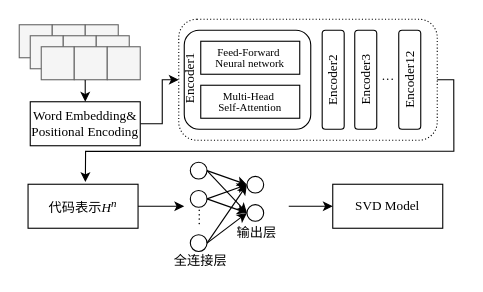
Earlier version of the draw.io diagram 分类器学习.drawio (Adam-01/diagrams). Source tidied: cells renumbered, new cells numbered last; positions are measured from the earlier drawing's top-left corner, leaving out a move shared by most shapes. Both pictures are drawn from the tidied source at 110%, with x=0, y=0 at pixel (19, 19).
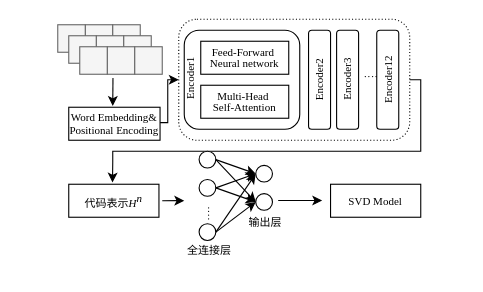
Above is the later version.

Commit message:
更新分类器学习.drawio

Diff of the diagram source:
```diff
@@
-    <mxCell id="2" style="edgeStyle=orthogonalEdgeStyle;rounded=0;jettySize=auto;html=1;entryX=0;entryY=0.5;entryDx=0;entryDy=0;fontFamily=Times New Roman;" parent="1" edge="1" source="3" target="13">
-      <mxGeometry relative="1" as="geometry" />
+    <mxCell id="2" style="edgeStyle=orthogonalEdgeStyle;rounded=0;jettySize=auto;html=1;entryX=0;entryY=0.5;entryDx=0;entryDy=0;fontFamily=Times New Roman;fontSize=10;" parent="1" edge="1" source="3" target="13">
+      <mxGeometry relative="1" as="geometry">
+        <Array as="points">
+          <mxPoint x="135" y="94" />
+          <mxPoint x="135" y="55" />
+        </Array>
+      </mxGeometry>
     </mxCell>
-    <mxCell id="3" value="&lt;font style=&quot;font-size: 12px;&quot;&gt;Word Embedding&amp;amp;&lt;/font&gt;&lt;div&gt;&lt;font style=&quot;font-size: 12px;&quot;&gt;&lt;font&gt;Positional Encoding&lt;/font&gt;&lt;br&gt;&lt;/font&gt;&lt;/div&gt;" style="rounded=0;whiteSpace=wrap;html=1;fontFamily=Times New Roman;" parent="1" vertex="1">
-      <mxGeometry x="10" y="75" width="100" height="40" as="geometry" />
+    <mxCell id="3" value="&lt;font style=&quot;font-size: 10px;&quot;&gt;Word Embedding&amp;amp;&lt;/font&gt;&lt;div style=&quot;font-size: 10px;&quot;&gt;&lt;font style=&quot;font-size: 10px;&quot;&gt;&lt;font style=&quot;font-size: 10px;&quot;&gt;Positional Encoding&lt;/font&gt;&lt;br style=&quot;font-size: 10px;&quot;&gt;&lt;/font&gt;&lt;/div&gt;" style="rounded=0;whiteSpace=wrap;html=1;fontFamily=Times New Roman;fontSize=10;" parent="1" vertex="1">
+      <mxGeometry x="45" y="80" width="83" height="30" as="geometry" />
     </mxCell>
-    <mxCell id="4" style="whiteSpace=wrap;html=1;rounded=0;fillColor=#f5f5f5;fontColor=#333333;strokeColor=#666666;fontFamily=Times New Roman;" parent="1" vertex="1">
-      <mxGeometry y="5" width="30" height="30" as="geometry" />
-    </mxCell>
-    <mxCell id="5" style="whiteSpace=wrap;html=1;rounded=0;fillColor=#f5f5f5;fontColor=#333333;strokeColor=#666666;fontFamily=Times New Roman;" parent="1" vertex="1">
-      <mxGeometry x="30" y="5" width="30" height="30" as="geometry" />
-    </mxCell>
-    <mxCell id="6" style="whiteSpace=wrap;html=1;rounded=0;fillColor=#f5f5f5;fontColor=#333333;strokeColor=#666666;fontFamily=Times New Roman;" parent="1" vertex="1">
-      <mxGeometry x="60" y="5" width="30" height="30" as="geometry" />
-    </mxCell>
-    <mxCell id="7" style="whiteSpace=wrap;html=1;rounded=0;fillColor=#f5f5f5;fontColor=#333333;strokeColor=#666666;fontFamily=Times New Roman;" parent="1" vertex="1">
-      <mxGeometry x="10" y="15" width="30" height="30" as="geometry" />
-    </mxCell>
-    <mxCell id="8" style="whiteSpace=wrap;html=1;rounded=0;fillColor=#f5f5f5;fontColor=#333333;strokeColor=#666666;fontFamily=Times New Roman;" parent="1" vertex="1">
-      <mxGeometry x="40" y="15" width="30" height="30" as="geometry" />
-    </mxCell>
-    <mxCell id="9" style="whiteSpace=wrap;html=1;rounded=0;fillColor=#f5f5f5;fontColor=#333333;strokeColor=#666666;fontFamily=Times New Roman;" parent="1" vertex="1">
-      <mxGeometry x="70" y="15" width="30" height="30" as="geometry" />
-    </mxCell>
-    <mxCell id="10" style="whiteSpace=wrap;html=1;rounded=0;fillColor=#f5f5f5;fontColor=#333333;strokeColor=#666666;fontFamily=Times New Roman;" parent="1" vertex="1">
-      <mxGeometry x="20" y="25" width="30" height="30" as="geometry" />
-    </mxCell>
-    <mxCell id="11" style="whiteSpace=wrap;html=1;rounded=0;fillColor=#f5f5f5;fontColor=#333333;strokeColor=#666666;fontFamily=Times New Roman;" parent="1" vertex="1">
-      <mxGeometry x="50" y="25" width="30" height="30" as="geometry" />
-    </mxCell>
-    <mxCell id="12" style="whiteSpace=wrap;html=1;rounded=0;fillColor=#f5f5f5;fontColor=#333333;strokeColor=#666666;fontFamily=Times New Roman;" parent="1" vertex="1">
-      <mxGeometry x="80" y="25" width="30" height="30" as="geometry" />
-    </mxCell>
-    <mxCell id="13" style="rounded=1;whiteSpace=wrap;html=1;fillColor=none;dashed=1;dashPattern=1 2;fontFamily=Times New Roman;" parent="1" vertex="1">
-      <mxGeometry x="145" width="235" height="110" as="geometry" />
+    <mxCell id="13" style="rounded=1;whiteSpace=wrap;html=1;fillColor=none;dashed=1;dashPattern=1 2;fontFamily=Times New Roman;fontSize=10;" parent="1" vertex="1">
+      <mxGeometry x="145" width="210" height="110" as="geometry" />
     </mxCell>
-    <mxCell id="14" value="&lt;div style=&quot;&quot;&gt;&lt;br&gt;&lt;/div&gt;" style="rounded=1;whiteSpace=wrap;html=1;fillColor=none;align=left;horizontal=0;labelPosition=center;verticalLabelPosition=middle;verticalAlign=middle;textDirection=ltr;fontFamily=Times New Roman;" parent="1" vertex="1">
-      <mxGeometry x="150" y="10" width="115" height="90" as="geometry" />
+    <mxCell id="14" value="&lt;div style=&quot;font-size: 10px;&quot;&gt;&lt;br style=&quot;font-size: 10px;&quot;&gt;&lt;/div&gt;" style="rounded=1;whiteSpace=wrap;html=1;fillColor=none;align=left;horizontal=0;labelPosition=center;verticalLabelPosition=middle;verticalAlign=middle;textDirection=ltr;fontFamily=Times New Roman;fontSize=10;" parent="1" vertex="1">
+      <mxGeometry x="150" y="10" width="105" height="90" as="geometry" />
     </mxCell>
-    <mxCell id="15" value="&lt;div style=&quot;line-height: 100%; font-size: 10px;&quot;&gt;&lt;font style=&quot;font-size: 10px;&quot;&gt;Feed-Forward&amp;nbsp;&lt;/font&gt;&lt;/div&gt;&lt;div style=&quot;line-height: 100%; font-size: 10px;&quot;&gt;&lt;span style=&quot;background-color: initial;&quot;&gt;Neural network&lt;/span&gt;&lt;/div&gt;" style="rounded=0;whiteSpace=wrap;html=1;fontFamily=Times New Roman;" parent="1" vertex="1">
-      <mxGeometry x="165" y="20" width="90" height="30" as="geometry" />
+    <mxCell id="15" value="&lt;div style=&quot;line-height: 100%; font-size: 10px;&quot;&gt;&lt;font style=&quot;font-size: 10px;&quot;&gt;Feed-Forward&amp;nbsp;&lt;/font&gt;&lt;/div&gt;&lt;div style=&quot;line-height: 100%; font-size: 10px;&quot;&gt;&lt;span style=&quot;background-color: initial; font-size: 10px;&quot;&gt;Neural network&lt;/span&gt;&lt;/div&gt;" style="rounded=0;whiteSpace=wrap;html=1;fontFamily=Times New Roman;fontSize=10;" parent="1" vertex="1">
+      <mxGeometry x="165" y="20" width="80" height="30" as="geometry" />
     </mxCell>
-    <mxCell id="16" value="&lt;div style=&quot;line-height: 100%; font-size: 10px;&quot;&gt;&lt;font style=&quot;font-size: 10px;&quot;&gt;&lt;font style=&quot;font-size: 10px;&quot;&gt;Multi-Head&amp;nbsp;&lt;/font&gt;&lt;/font&gt;&lt;/div&gt;&lt;div style=&quot;line-height: 100%; font-size: 10px;&quot;&gt;&lt;font style=&quot;font-size: 10px;&quot;&gt;&lt;span style=&quot;background-color: initial;&quot;&gt;Self-Attention&lt;/span&gt;&lt;/font&gt;&lt;/div&gt;" style="rounded=0;whiteSpace=wrap;html=1;fontFamily=Times New Roman;" parent="1" vertex="1">
-      <mxGeometry x="165" y="60" width="90" height="30" as="geometry" />
+    <mxCell id="16" value="&lt;div style=&quot;line-height: 100%; font-size: 10px;&quot;&gt;&lt;font style=&quot;font-size: 10px;&quot;&gt;&lt;font style=&quot;font-size: 10px;&quot;&gt;Multi-Head&amp;nbsp;&lt;/font&gt;&lt;/font&gt;&lt;/div&gt;&lt;div style=&quot;line-height: 100%; font-size: 10px;&quot;&gt;&lt;font style=&quot;font-size: 10px;&quot;&gt;&lt;span style=&quot;background-color: initial; font-size: 10px;&quot;&gt;Self-Attention&lt;/span&gt;&lt;/font&gt;&lt;/div&gt;" style="rounded=0;whiteSpace=wrap;html=1;fontFamily=Times New Roman;fontSize=10;" parent="1" vertex="1">
+      <mxGeometry x="165" y="60" width="80" height="30" as="geometry" />
     </mxCell>
-    <mxCell id="17" value="&lt;div style=&quot;&quot;&gt;&lt;span style=&quot;background-color: initial;&quot;&gt;Encoder2&lt;/span&gt;&lt;/div&gt;" style="rounded=1;whiteSpace=wrap;html=1;fillColor=none;horizontal=0;align=center;fontFamily=Times New Roman;" parent="1" vertex="1">
-      <mxGeometry x="275.4" y="10" width="20" height="90" as="geometry" />
+    <mxCell id="17" value="&lt;div style=&quot;font-size: 10px;&quot;&gt;&lt;span style=&quot;background-color: initial; font-size: 10px;&quot;&gt;Encoder2&lt;/span&gt;&lt;/div&gt;" style="rounded=1;whiteSpace=wrap;html=1;fillColor=none;horizontal=0;align=center;fontFamily=Times New Roman;fontSize=10;" parent="1" vertex="1">
+      <mxGeometry x="263" y="10" width="20" height="90" as="geometry" />
     </mxCell>
-    <mxCell id="18" value="&lt;span style=&quot;&quot;&gt;Encoder3&lt;/span&gt;" style="rounded=1;whiteSpace=wrap;html=1;fillColor=none;horizontal=0;fontFamily=Times New Roman;" parent="1" vertex="1">
-      <mxGeometry x="305" y="10" width="20" height="90" as="geometry" />
+    <mxCell id="18" value="&lt;span style=&quot;font-size: 10px;&quot;&gt;Encoder3&lt;/span&gt;" style="rounded=1;whiteSpace=wrap;html=1;fillColor=none;horizontal=0;fontFamily=Times New Roman;fontSize=10;" parent="1" vertex="1">
+      <mxGeometry x="288.5" y="10" width="20" height="90" as="geometry" />
     </mxCell>
-    <mxCell id="19" value="&lt;span style=&quot;&quot;&gt;Encoder12&lt;/span&gt;" style="rounded=1;whiteSpace=wrap;html=1;fillColor=none;horizontal=0;fontFamily=Times New Roman;" parent="1" vertex="1">
-      <mxGeometry x="345" y="10" width="20" height="90" as="geometry" />
+    <mxCell id="19" value="&lt;span style=&quot;font-size: 10px;&quot;&gt;Encoder12&lt;/span&gt;" style="rounded=1;whiteSpace=wrap;html=1;fillColor=none;horizontal=0;fontFamily=Times New Roman;fontSize=10;" parent="1" vertex="1">
+      <mxGeometry x="325" y="10" width="20" height="90" as="geometry" />
     </mxCell>
-    <mxCell id="20" value="&lt;span style=&quot;text-align: left;&quot;&gt;Encoder1&lt;/span&gt;" style="text;html=1;align=center;verticalAlign=middle;whiteSpace=wrap;rounded=0;horizontal=0;fontFamily=Times New Roman;" parent="1" vertex="1">
+    <mxCell id="20" value="&lt;span style=&quot;text-align: left; font-size: 10px;&quot;&gt;Encoder1&lt;/span&gt;" style="text;html=1;align=center;verticalAlign=middle;whiteSpace=wrap;rounded=0;horizontal=0;fontFamily=Times New Roman;fontSize=10;" parent="1" vertex="1">
       <mxGeometry x="145" y="28.8" width="20" height="50" as="geometry" />
     </mxCell>
-    <mxCell id="21" value="···" style="text;html=1;align=center;verticalAlign=middle;whiteSpace=wrap;rounded=0;fontFamily=Times New Roman;" parent="1" vertex="1">
-      <mxGeometry x="322.5" y="43.8" width="25" height="20" as="geometry" />
+    <mxCell id="21" value="····" style="text;html=1;align=center;verticalAlign=middle;whiteSpace=wrap;rounded=0;fontFamily=Times New Roman;fontSize=10;" parent="1" vertex="1">
+      <mxGeometry x="315" y="40" width="10" height="23.8" as="geometry" />
     </mxCell>
-    <mxCell id="22" value="&lt;div&gt;&lt;font style=&quot;font-size: 12px;&quot;&gt;&lt;font face=&quot;宋体&quot;&gt;代码表示&lt;/font&gt;&lt;i style=&quot;&quot;&gt;H&lt;/i&gt;&lt;sup style=&quot;font-style: italic;&quot;&gt;n&lt;/sup&gt;&lt;br&gt;&lt;/font&gt;&lt;/div&gt;" style="rounded=0;whiteSpace=wrap;html=1;fontFamily=Times New Roman;" parent="1" vertex="1">
-      <mxGeometry x="8" y="150" width="100" height="40" as="geometry" />
+    <mxCell id="22" value="&lt;div style=&quot;font-size: 10px;&quot;&gt;&lt;font style=&quot;font-size: 10px;&quot;&gt;&lt;font face=&quot;宋体&quot; style=&quot;font-size: 10px;&quot;&gt;代码表示&lt;/font&gt;&lt;i style=&quot;font-size: 10px;&quot;&gt;H&lt;/i&gt;&lt;sup style=&quot;font-style: italic; font-size: 10px;&quot;&gt;n&lt;/sup&gt;&lt;br style=&quot;font-size: 10px;&quot;&gt;&lt;/font&gt;&lt;/div&gt;" style="rounded=0;whiteSpace=wrap;html=1;fontFamily=Times New Roman;fontSize=10;" parent="1" vertex="1">
+      <mxGeometry x="45" y="150" width="82" height="30" as="geometry" />
     </mxCell>
-    <mxCell id="23" style="endArrow=classic;html=1;rounded=0;fontFamily=Times New Roman;entryX=0.521;entryY=-0.049;entryDx=0;entryDy=0;entryPerimeter=0;exitX=1;exitY=0.5;exitDx=0;exitDy=0;" parent="1" edge="1" source="13" target="22">
+    <mxCell id="23" style="endArrow=classic;html=1;rounded=0;fontFamily=Times New Roman;entryX=0.485;entryY=-0.052;entryDx=0;entryDy=0;exitX=1;exitY=0.5;exitDx=0;exitDy=0;fontSize=10;entryPerimeter=0;" parent="1" edge="1" source="13" target="22">
       <mxGeometry relative="1" as="geometry">
         <Array as="points">
-          <mxPoint x="395" y="55" />
-          <mxPoint x="395.1" y="120" />
-          <mxPoint x="60.3" y="120.1" />
+          <mxPoint x="365" y="55" />
+          <mxPoint x="365" y="90" />
+          <mxPoint x="365" y="120" />
+          <mxPoint x="85" y="120" />
+          <mxPoint x="85" y="130" />
         </Array>
       </mxGeometry>
     </mxCell>
-    <mxCell id="24" style="edgeStyle=orthogonalEdgeStyle;rounded=0;jettySize=auto;html=1;fontFamily=Times New Roman;exitX=1;exitY=0.5;exitDx=0;exitDy=0;" parent="1" edge="1" source="22">
-      <mxGeometry relative="1" as="geometry">
-        <mxPoint x="150" y="170" as="targetPoint" />
-      </mxGeometry>
-    </mxCell>
-    <mxCell id="25" style="group;" parent="1" vertex="1">
-      <mxGeometry x="151" y="130" width="104" height="100" as="geometry" />
+    <mxCell id="25" style="group;fontFamily=Times New Roman;fontSize=10;" parent="1" vertex="1">
+      <mxGeometry x="159" y="120" width="104" height="100" as="geometry" />
     </mxCell>
-    <mxCell id="26" style="ellipse;whiteSpace=wrap;html=1;" parent="25" vertex="1">
+    <mxCell id="26" style="ellipse;whiteSpace=wrap;html=1;fontFamily=Times New Roman;fontSize=10;" parent="25" vertex="1">
       <mxGeometry x="4.5" width="15.2" height="15.2" as="geometry" />
     </mxCell>
-    <mxCell id="27" style="ellipse;whiteSpace=wrap;html=1;" parent="25" vertex="1">
+    <mxCell id="27" style="ellipse;whiteSpace=wrap;html=1;fontFamily=Times New Roman;fontSize=10;" parent="25" vertex="1">
       <mxGeometry x="4.5" y="25.7" width="15.2" height="15.2" as="geometry" />
     </mxCell>
-    <mxCell id="28" style="ellipse;whiteSpace=wrap;html=1;" parent="25" vertex="1">
+    <mxCell id="28" style="ellipse;whiteSpace=wrap;html=1;fontFamily=Times New Roman;fontSize=10;" parent="25" vertex="1">
       <mxGeometry x="4.5" y="65.9" width="15.2" height="15.2" as="geometry" />
     </mxCell>
-    <mxCell id="29" style="ellipse;whiteSpace=wrap;html=1;" parent="25" vertex="1">
+    <mxCell id="29" style="ellipse;whiteSpace=wrap;html=1;fontFamily=Times New Roman;fontSize=10;" parent="25" vertex="1">
       <mxGeometry x="56" y="12.8" width="15.2" height="15.2" as="geometry" />
     </mxCell>
-    <mxCell id="30" style="ellipse;whiteSpace=wrap;html=1;" parent="25" vertex="1">
+    <mxCell id="30" style="ellipse;whiteSpace=wrap;html=1;fontFamily=Times New Roman;fontSize=10;" parent="25" vertex="1">
       <mxGeometry x="56" y="38.5" width="15.2" height="15.2" as="geometry" />
     </mxCell>
-    <mxCell id="31" style="endArrow=classic;html=1;rounded=0;exitX=1;exitY=0.5;exitDx=0;exitDy=0;entryX=0;entryY=0.5;entryDx=0;entryDy=0;" parent="25" edge="1" source="26" target="29">
+    <mxCell id="31" style="endArrow=classic;html=1;rounded=0;exitX=1;exitY=0.5;exitDx=0;exitDy=0;entryX=0;entryY=0.5;entryDx=0;entryDy=0;fontFamily=Times New Roman;fontSize=10;" parent="25" edge="1" source="26" target="29">
       <mxGeometry relative="1" as="geometry" />
     </mxCell>
-    <mxCell id="32" style="endArrow=classic;html=1;rounded=0;entryX=0;entryY=0.5;entryDx=0;entryDy=0;exitX=1;exitY=0.5;exitDx=0;exitDy=0;" parent="25" edge="1" source="26" target="30">
+    <mxCell id="32" style="endArrow=classic;html=1;rounded=0;entryX=0;entryY=0.5;entryDx=0;entryDy=0;exitX=1;exitY=0.5;exitDx=0;exitDy=0;fontFamily=Times New Roman;fontSize=10;" parent="25" edge="1" source="26" target="30">
       <mxGeometry relative="1" as="geometry" />
     </mxCell>
-    <mxCell id="33" style="endArrow=classic;html=1;rounded=0;exitX=1;exitY=0.5;exitDx=0;exitDy=0;entryX=0;entryY=0.5;entryDx=0;entryDy=0;" parent="25" edge="1" source="27" target="29">
+    <mxCell id="33" style="endArrow=classic;html=1;rounded=0;exitX=1;exitY=0.5;exitDx=0;exitDy=0;entryX=0;entryY=0.5;entryDx=0;entryDy=0;fontFamily=Times New Roman;fontSize=10;" parent="25" edge="1" source="27" target="29">
       <mxGeometry relative="1" as="geometry" />
     </mxCell>
-    <mxCell id="34" style="endArrow=classic;html=1;rounded=0;entryX=0;entryY=0.5;entryDx=0;entryDy=0;exitX=1;exitY=0.5;exitDx=0;exitDy=0;" parent="25" edge="1" source="27" target="30">
+    <mxCell id="34" style="endArrow=classic;html=1;rounded=0;entryX=0;entryY=0.5;entryDx=0;entryDy=0;exitX=1;exitY=0.5;exitDx=0;exitDy=0;fontFamily=Times New Roman;fontSize=10;" parent="25" edge="1" source="27" target="30">
       <mxGeometry relative="1" as="geometry" />
     </mxCell>
-    <mxCell id="35" style="endArrow=classic;html=1;rounded=0;exitX=1;exitY=0.5;exitDx=0;exitDy=0;entryX=-0.009;entryY=0.523;entryDx=0;entryDy=0;entryPerimeter=0;" parent="25" edge="1" source="28" target="29">
+    <mxCell id="35" style="endArrow=classic;html=1;rounded=0;exitX=1;exitY=0.5;exitDx=0;exitDy=0;entryX=-0.009;entryY=0.523;entryDx=0;entryDy=0;entryPerimeter=0;fontFamily=Times New Roman;fontSize=10;" parent="25" edge="1" source="28" target="29">
       <mxGeometry relative="1" as="geometry" />
     </mxCell>
-    <mxCell id="36" style="endArrow=classic;html=1;rounded=0;exitX=1;exitY=0.5;exitDx=0;exitDy=0;entryX=0;entryY=0.5;entryDx=0;entryDy=0;" parent="25" edge="1" source="28" target="30">
+    <mxCell id="36" style="endArrow=classic;html=1;rounded=0;exitX=1;exitY=0.5;exitDx=0;exitDy=0;entryX=0;entryY=0.5;entryDx=0;entryDy=0;fontFamily=Times New Roman;fontSize=10;" parent="25" edge="1" source="28" target="30">
       <mxGeometry relative="1" as="geometry" />
     </mxCell>
-    <mxCell id="37" value="&lt;font face=&quot;Times New Roman&quot;&gt;····&lt;/font&gt;" style="text;html=1;align=center;verticalAlign=middle;whiteSpace=wrap;rounded=0;horizontal=0;" parent="25" vertex="1">
-      <mxGeometry x="-1.9" y="40.9" width="28.1" height="18.3" as="geometry" />
+    <mxCell id="37" value="&lt;font style=&quot;font-size: 10px;&quot;&gt;····&lt;/font&gt;" style="text;html=1;align=center;verticalAlign=middle;whiteSpace=wrap;rounded=0;horizontal=0;fontFamily=Times New Roman;fontSize=10;" parent="25" vertex="1">
+      <mxGeometry x="-1.9" y="47.6" width="28.1" height="18.3" as="geometry" />
     </mxCell>
-    <mxCell id="38" value="&lt;font face=&quot;宋体&quot;&gt;全连接层&lt;/font&gt;" style="text;html=1;align=center;verticalAlign=middle;whiteSpace=wrap;rounded=0;" parent="25" vertex="1">
+    <mxCell id="38" value="&lt;font face=&quot;宋体&quot; style=&quot;font-size: 10px;&quot;&gt;全连接层&lt;/font&gt;" style="text;html=1;align=center;verticalAlign=middle;whiteSpace=wrap;rounded=0;fontFamily=Times New Roman;fontSize=10;" parent="25" vertex="1">
       <mxGeometry x="-11" y="80" width="50.2" height="20" as="geometry" />
     </mxCell>
-    <mxCell id="39" value="&lt;font face=&quot;宋体&quot;&gt;输出层&lt;/font&gt;" style="text;html=1;align=center;verticalAlign=middle;whiteSpace=wrap;rounded=0;" parent="25" vertex="1">
+    <mxCell id="39" value="&lt;font face=&quot;宋体&quot; style=&quot;font-size: 10px;&quot;&gt;输出层&lt;/font&gt;" style="text;html=1;align=center;verticalAlign=middle;whiteSpace=wrap;rounded=0;fontFamily=Times New Roman;fontSize=10;" parent="25" vertex="1">
       <mxGeometry x="40.4" y="53.7" width="50.2" height="20" as="geometry" />
     </mxCell>
-    <mxCell id="40" value="&lt;div&gt;&lt;font face=&quot;Times New Roman&quot; style=&quot;font-size: 12px;&quot;&gt;SVD Model&lt;/font&gt;&lt;/div&gt;" style="rounded=0;whiteSpace=wrap;html=1;fontFamily=Times New Roman;" parent="1" vertex="1">
-      <mxGeometry x="285" y="150" width="100" height="40" as="geometry" />
-    </mxCell>
-    <mxCell id="41" style="endArrow=classic;html=1;rounded=0;" parent="1" edge="1">
+    <mxCell id="41" style="endArrow=classic;html=1;rounded=0;fontFamily=Times New Roman;fontSize=10;" parent="1" edge="1">
       <mxGeometry relative="1" as="geometry">
-        <mxPoint x="245" y="170" as="sourcePoint" />
-        <mxPoint x="285" y="170" as="targetPoint" />
+        <mxPoint x="235.4" y="164.8" as="sourcePoint" />
+        <mxPoint x="275.4" y="164.8" as="targetPoint" />
+        <Array as="points">
+          <mxPoint x="255.4" y="164.8" />
+        </Array>
       </mxGeometry>
     </mxCell>
-    <mxCell id="42" style="endArrow=classic;html=1;rounded=0;entryX=0.5;entryY=0;entryDx=0;entryDy=0;exitX=0.332;exitY=1.004;exitDx=0;exitDy=0;exitPerimeter=0;" parent="1" edge="1" source="11" target="3">
-      <mxGeometry relative="1" as="geometry" />
+    <mxCell id="42" style="endArrow=classic;html=1;rounded=0;entryX=0.5;entryY=0;entryDx=0;entryDy=0;fontFamily=Times New Roman;fontSize=10;exitX=0.108;exitY=1.142;exitDx=0;exitDy=0;exitPerimeter=0;" parent="1" edge="1">
+      <mxGeometry relative="1" as="geometry">
+        <mxPoint x="85.2" y="53.5" as="sourcePoint" />
+        <mxPoint x="85" y="78.8" as="targetPoint" />
+      </mxGeometry>
     </mxCell>
+    <mxCell id="43" style="whiteSpace=wrap;html=1;rounded=0;fillColor=#f5f5f5;fontColor=#333333;strokeColor=#666666;fontFamily=Times New Roman;fontSize=10;" parent="1" vertex="1">
+      <mxGeometry x="60" y="5" width="25" height="25" as="geometry" />
+    </mxCell>
+    <mxCell id="44" style="whiteSpace=wrap;html=1;rounded=0;fillColor=#f5f5f5;fontColor=#333333;strokeColor=#666666;fontFamily=Times New Roman;fontSize=10;" parent="1" vertex="1">
+      <mxGeometry x="85" y="5" width="25" height="25" as="geometry" />
+    </mxCell>
+    <mxCell id="45" style="whiteSpace=wrap;html=1;rounded=0;fillColor=#f5f5f5;fontColor=#333333;strokeColor=#666666;fontFamily=Times New Roman;fontSize=10;" parent="1" vertex="1">
+      <mxGeometry x="35" y="5" width="25" height="25" as="geometry" />
+    </mxCell>
+    <mxCell id="46" style="whiteSpace=wrap;html=1;rounded=0;fillColor=#f5f5f5;fontColor=#333333;strokeColor=#666666;fontFamily=Times New Roman;fontSize=10;" parent="1" vertex="1">
+      <mxGeometry x="70" y="15" width="25" height="25" as="geometry" />
+    </mxCell>
+    <mxCell id="47" style="whiteSpace=wrap;html=1;rounded=0;fillColor=#f5f5f5;fontColor=#333333;strokeColor=#666666;fontFamily=Times New Roman;fontSize=10;" parent="1" vertex="1">
+      <mxGeometry x="95" y="15" width="25" height="25" as="geometry" />
+    </mxCell>
+    <mxCell id="48" style="whiteSpace=wrap;html=1;rounded=0;fillColor=#f5f5f5;fontColor=#333333;strokeColor=#666666;fontFamily=Times New Roman;fontSize=10;" parent="1" vertex="1">
+      <mxGeometry x="45" y="15" width="25" height="25" as="geometry" />
+    </mxCell>
+    <mxCell id="49" style="whiteSpace=wrap;html=1;rounded=0;fillColor=#f5f5f5;fontColor=#333333;strokeColor=#666666;fontFamily=Times New Roman;fontSize=10;" parent="1" vertex="1">
+      <mxGeometry x="80" y="25" width="25" height="25" as="geometry" />
+    </mxCell>
+    <mxCell id="50" style="whiteSpace=wrap;html=1;rounded=0;fillColor=#f5f5f5;fontColor=#333333;strokeColor=#666666;fontFamily=Times New Roman;fontSize=10;" parent="1" vertex="1">
+      <mxGeometry x="105" y="25" width="25" height="25" as="geometry" />
+    </mxCell>
+    <mxCell id="51" style="whiteSpace=wrap;html=1;rounded=0;fillColor=#f5f5f5;fontColor=#333333;strokeColor=#666666;fontFamily=Times New Roman;fontSize=10;" parent="1" vertex="1">
+      <mxGeometry x="55" y="25" width="25" height="25" as="geometry" />
+    </mxCell>
+    <mxCell id="40" value="&lt;div style=&quot;font-size: 10px;&quot;&gt;&lt;font style=&quot;font-size: 10px;&quot;&gt;SVD Model&lt;br style=&quot;font-size: 10px;&quot;&gt;&lt;/font&gt;&lt;/div&gt;" style="rounded=0;whiteSpace=wrap;html=1;fontFamily=Times New Roman;fontSize=10;" parent="1" vertex="1">
+      <mxGeometry x="283" y="150" width="82" height="30" as="geometry" />
+    </mxCell>
+    <mxCell id="52" style="endArrow=classic;html=1;rounded=0;fontFamily=Times New Roman;fontSize=10;" parent="1" edge="1">
+      <mxGeometry relative="1" as="geometry">
+        <mxPoint x="130" y="165" as="sourcePoint" />
+        <mxPoint x="150" y="164.9" as="targetPoint" />
+        <Array as="points">
+          <mxPoint x="130" y="164.9" />
+        </Array>
+      </mxGeometry>
+    </mxCell>
```
